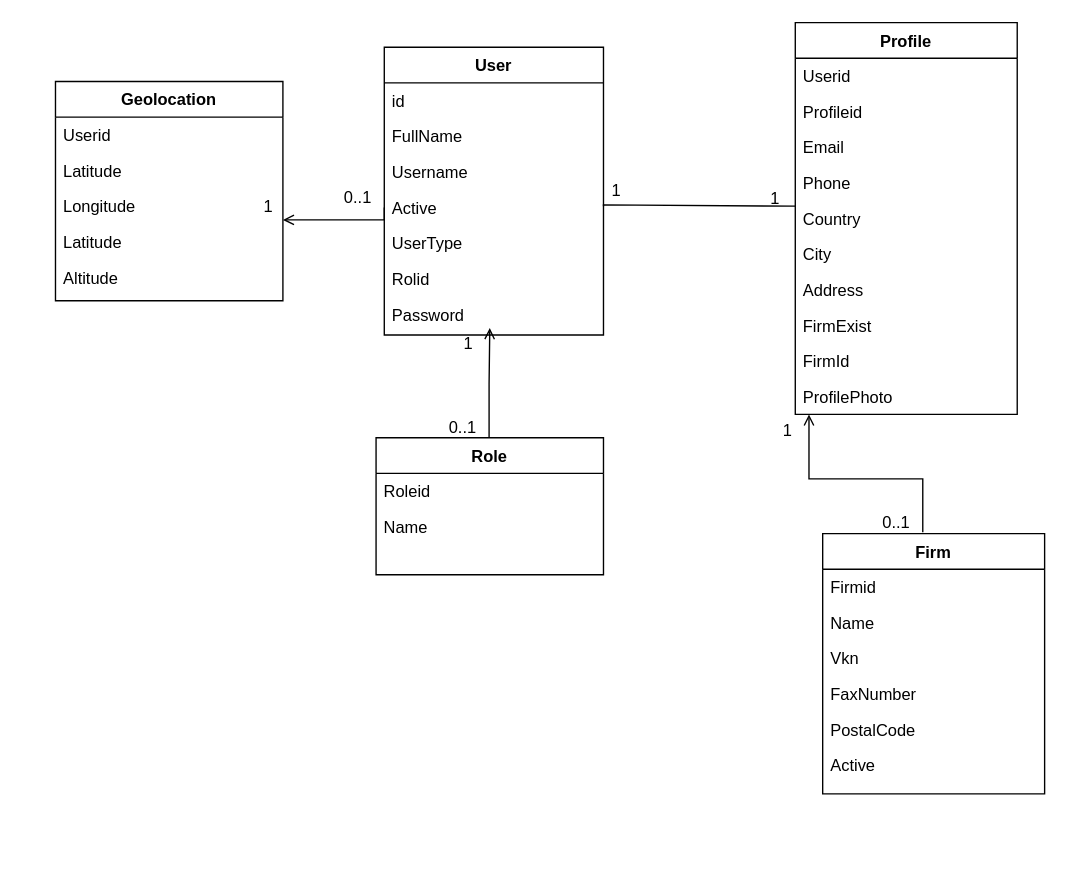
Earlier version of the draw.io diagram Database Diagram.drawio (korkmazbanu/yaverData). Source tidied: cells renumbered, new cells numbered last; positions are measured from the earlier drawing's top-left corner, leaving out a move shared by most shapes. Both pictures are drawn from the tidied source at 137%, with x=0, y=0 at pixel (55, 22).
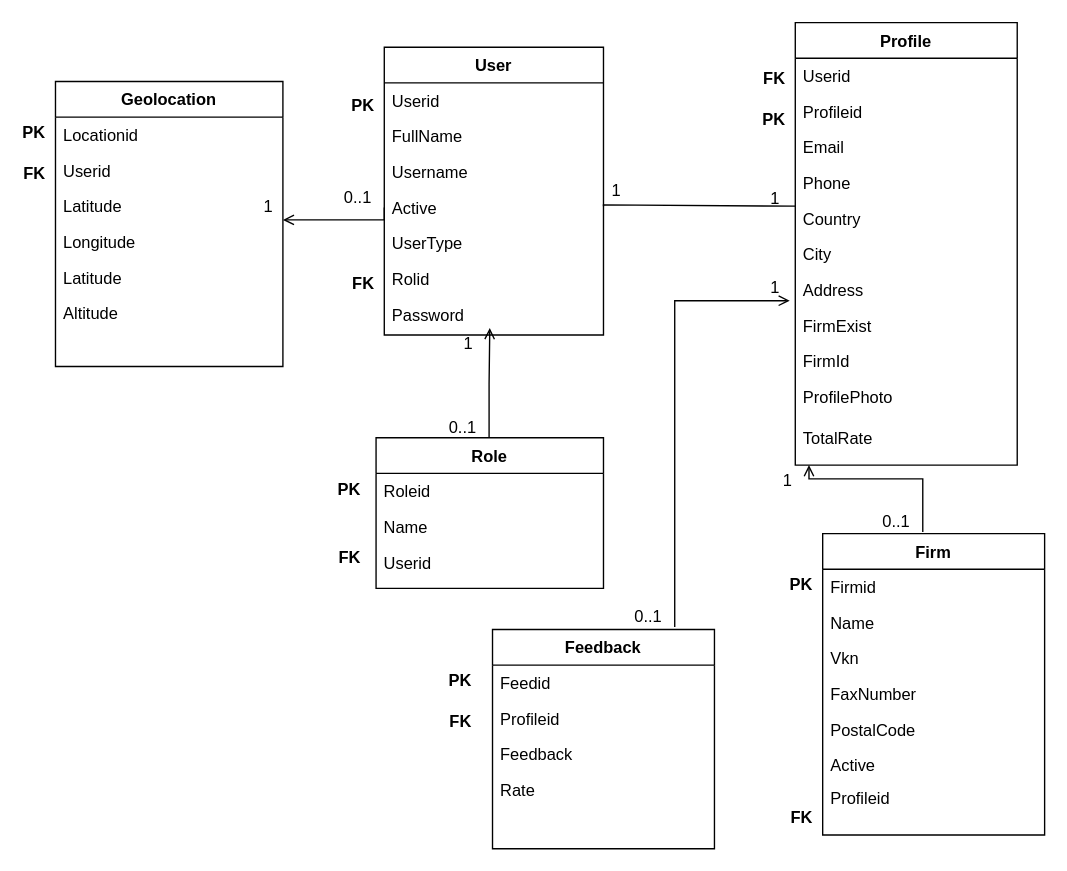
The same page after the edit.

Unchanged cells that the change refers to:
```xml
<mxCell id="2" value="User" style="swimlane;fontStyle=1;align=center;verticalAlign=top;horizontal=1;startSize=26;rounded=0;shadow=0;strokeWidth=1;" parent="1" vertex="1">
  <mxGeometry x="240" y="18" width="160" height="210" as="geometry" />
</mxCell>
<mxCell id="27" value="Address" style="text;align=left;verticalAlign=top;spacingLeft=4;spacingRight=4;overflow=hidden;points=[[0,0.5],[1,0.5]];portConstraint=eastwest;" parent="20" vertex="1">
  <mxGeometry y="182" width="162" height="26" as="geometry" />
</mxCell>
```

What changed in the source:
```diff
@@
-    <mxCell id="3" value="id" style="text;align=left;verticalAlign=top;spacingLeft=4;spacingRight=4;overflow=hidden;" parent="2" vertex="1">
+    <mxCell id="3" value="Userid" style="text;align=left;verticalAlign=top;spacingLeft=4;spacingRight=4;overflow=hidden;" parent="2" vertex="1">
       <mxGeometry y="26" width="160" height="26" as="geometry" />
     </mxCell>
@@
     <mxCell id="10" value="Firm" style="swimlane;fontStyle=1;align=center;verticalAlign=top;horizontal=1;startSize=26;rounded=0;shadow=0;strokeWidth=1;" parent="1" vertex="1">
-      <mxGeometry x="560" y="373" width="162" height="190" as="geometry" />
+      <mxGeometry x="560" y="373" width="162" height="220" as="geometry" />
     </mxCell>
@@
     <mxCell id="16" value="Active" style="text;align=left;verticalAlign=top;spacingLeft=4;spacingRight=4;overflow=hidden;rounded=0;shadow=0;html=0;" parent="10" vertex="1">
-      <mxGeometry y="156" width="162" height="26" as="geometry" />
+      <mxGeometry y="156" width="162" height="24" as="geometry" />
     </mxCell>
+    <mxCell id="49" value="Profileid" style="text;align=left;verticalAlign=top;spacingLeft=4;spacingRight=4;overflow=hidden;rounded=0;shadow=0;html=0;" parent="10" vertex="1">
+      <mxGeometry y="180" width="162" height="26" as="geometry" />
+    </mxCell>
     <mxCell id="17" value="Role" style="swimlane;fontStyle=1;align=center;verticalAlign=top;horizontal=1;startSize=26;rounded=0;shadow=0;strokeWidth=1;" parent="1" vertex="1">
-      <mxGeometry x="234" y="303" width="166" height="100" as="geometry" />
+      <mxGeometry x="234" y="303" width="166" height="110" as="geometry" />
     </mxCell>
@@
+    <mxCell id="50" value="Userid" style="text;align=left;verticalAlign=top;spacingLeft=4;spacingRight=4;overflow=hidden;" parent="17" vertex="1">
+      <mxGeometry y="78" width="166" height="26" as="geometry" />
+    </mxCell>
     <mxCell id="20" value="Profile" style="swimlane;fontStyle=1;align=center;verticalAlign=top;horizontal=1;startSize=26;rounded=0;shadow=0;strokeWidth=1;" parent="1" vertex="1">
-      <mxGeometry x="540" width="162" height="286" as="geometry" />
+      <mxGeometry x="540" width="162" height="323" as="geometry" />
     </mxCell>
@@
     <mxCell id="30" value="ProfilePhoto" style="text;align=left;verticalAlign=top;spacingLeft=4;spacingRight=4;overflow=hidden;points=[[0,0.5],[1,0.5]];portConstraint=eastwest;" parent="20" vertex="1">
-      <mxGeometry y="260" width="162" height="26" as="geometry" />
+      <mxGeometry y="260" width="162" height="30" as="geometry" />
     </mxCell>
+    <mxCell id="51" value="TotalRate" style="text;align=left;verticalAlign=top;spacingLeft=4;spacingRight=4;overflow=hidden;" parent="20" vertex="1">
+      <mxGeometry y="290" width="162" height="20" as="geometry" />
+    </mxCell>
-    <mxCell id="31" style="endArrow=open;shadow=0;strokeWidth=1;rounded=0;endFill=1;edgeStyle=elbowEdgeStyle;elbow=vertical;exitX=0.451;exitY=-0.005;exitDx=0;exitDy=0;exitPerimeter=0;" parent="1" edge="1" source="10" target="30">
+    <mxCell id="31" style="endArrow=open;shadow=0;strokeWidth=1;rounded=0;endFill=1;edgeStyle=elbowEdgeStyle;elbow=vertical;exitX=0.451;exitY=-0.005;exitDx=0;exitDy=0;exitPerimeter=0;" parent="1" edge="1" source="10">
       <mxGeometry x="0.5" y="41" relative="1" as="geometry">
+        <mxPoint x="550" y="323" as="targetPoint" />
         <Array as="points">
           <mxPoint x="550" y="333" />
         </Array>
         <mxPoint x="-40" y="32" as="offset" />
       </mxGeometry>
     </mxCell>
@@
     <mxCell id="40" value="Geolocation" style="swimlane;fontStyle=1;align=center;verticalAlign=top;horizontal=1;startSize=26;rounded=0;shadow=0;strokeWidth=1;" parent="1" vertex="1">
-      <mxGeometry y="43" width="166" height="160" as="geometry" />
+      <mxGeometry y="43" width="166" height="208" as="geometry" />
     </mxCell>
-    <mxCell id="41" value="Userid" style="text;align=left;verticalAlign=top;spacingLeft=4;spacingRight=4;overflow=hidden;" parent="40" vertex="1">
-      <mxGeometry y="26" width="166" height="26" as="geometry" />
-    </mxCell>
+    <mxCell id="52" value="Locationid" style="text;align=left;verticalAlign=top;spacingLeft=4;spacingRight=4;overflow=hidden;" parent="40" vertex="1">
+      <mxGeometry y="26" width="166" height="26" as="geometry" />
+    </mxCell>
+    <mxCell id="53" value="Userid" style="text;align=left;verticalAlign=top;spacingLeft=4;spacingRight=4;overflow=hidden;" parent="40" vertex="1">
+      <mxGeometry y="52" width="166" height="26" as="geometry" />
+    </mxCell>
     <mxCell id="42" value="Latitude" style="text;align=left;verticalAlign=top;spacingLeft=4;spacingRight=4;overflow=hidden;" parent="40" vertex="1">
-      <mxGeometry y="52" width="166" height="26" as="geometry" />
+      <mxGeometry y="78" width="166" height="26" as="geometry" />
     </mxCell>
     <mxCell id="43" value="Longitude" style="text;align=left;verticalAlign=top;spacingLeft=4;spacingRight=4;overflow=hidden;" parent="40" vertex="1">
-      <mxGeometry y="78" width="166" height="26" as="geometry" />
+      <mxGeometry y="104" width="166" height="26" as="geometry" />
     </mxCell>
     <mxCell id="44" value="Latitude" style="text;align=left;verticalAlign=top;spacingLeft=4;spacingRight=4;overflow=hidden;" parent="40" vertex="1">
-      <mxGeometry y="104" width="166" height="26" as="geometry" />
+      <mxGeometry y="130" width="166" height="26" as="geometry" />
     </mxCell>
     <mxCell id="45" value="Altitude" style="text;align=left;verticalAlign=top;spacingLeft=4;spacingRight=4;overflow=hidden;" parent="40" vertex="1">
-      <mxGeometry y="130" width="166" height="26" as="geometry" />
+      <mxGeometry y="156" width="166" height="26" as="geometry" />
     </mxCell>
@@
+    <mxCell id="54" value="Feedback" style="swimlane;fontStyle=1;align=center;verticalAlign=top;horizontal=1;startSize=26;rounded=0;shadow=0;strokeWidth=1;" parent="1" vertex="1">
+      <mxGeometry x="319" y="443" width="162" height="160" as="geometry" />
+    </mxCell>
+    <mxCell id="55" value="Feedid" style="text;align=left;verticalAlign=top;spacingLeft=4;spacingRight=4;overflow=hidden;" parent="54" vertex="1">
+      <mxGeometry y="26" width="162" height="26" as="geometry" />
+    </mxCell>
+    <mxCell id="56" value="Profileid" style="text;align=left;verticalAlign=top;spacingLeft=4;spacingRight=4;overflow=hidden;rounded=0;shadow=0;html=0;" parent="54" vertex="1">
+      <mxGeometry y="52" width="162" height="26" as="geometry" />
+    </mxCell>
+    <mxCell id="57" value="Feedback" style="text;align=left;verticalAlign=top;spacingLeft=4;spacingRight=4;overflow=hidden;rounded=0;shadow=0;html=0;" parent="54" vertex="1">
+      <mxGeometry y="78" width="162" height="26" as="geometry" />
+    </mxCell>
+    <mxCell id="58" value="Rate" style="text;align=left;verticalAlign=top;spacingLeft=4;spacingRight=4;overflow=hidden;rounded=0;shadow=0;html=0;" parent="54" vertex="1">
+      <mxGeometry y="104" width="162" height="26" as="geometry" />
+    </mxCell>
+    <mxCell id="59" value="PK" style="align=right;verticalAlign=bottom;labelBackgroundColor=none;fontSize=12;fontStyle=1;" parent="1" vertex="1">
+      <mxGeometry x="170" y="153" as="geometry">
+        <mxPoint x="-176" y="-64" as="offset" />
+      </mxGeometry>
+    </mxCell>
+    <mxCell id="60" value="PK" style="align=right;verticalAlign=bottom;labelBackgroundColor=none;fontSize=12;fontStyle=1;" parent="1" vertex="1">
+      <mxGeometry x="410" y="133" as="geometry">
+        <mxPoint x="-176" y="-64" as="offset" />
+      </mxGeometry>
+    </mxCell>
+    <mxCell id="61" value="PK" style="align=right;verticalAlign=bottom;labelBackgroundColor=none;fontSize=12;fontStyle=1;" parent="1" vertex="1">
+      <mxGeometry x="710" y="143" as="geometry">
+        <mxPoint x="-176" y="-64" as="offset" />
+      </mxGeometry>
+    </mxCell>
+    <mxCell id="62" value="PK" style="align=right;verticalAlign=bottom;labelBackgroundColor=none;fontSize=12;fontStyle=1;" parent="1" vertex="1">
+      <mxGeometry x="730" y="483" as="geometry">
+        <mxPoint x="-176" y="-64" as="offset" />
+      </mxGeometry>
+    </mxCell>
+    <mxCell id="63" value="PK" style="align=right;verticalAlign=bottom;labelBackgroundColor=none;fontSize=12;fontStyle=1;" parent="1" vertex="1">
+      <mxGeometry x="400" y="413" as="geometry">
+        <mxPoint x="-176" y="-64" as="offset" />
+      </mxGeometry>
+    </mxCell>
+    <mxCell id="64" value="PK" style="align=right;verticalAlign=bottom;labelBackgroundColor=none;fontSize=12;fontStyle=1;" parent="1" vertex="1">
+      <mxGeometry x="481" y="553" as="geometry">
+        <mxPoint x="-176" y="-64" as="offset" />
+      </mxGeometry>
+    </mxCell>
+    <mxCell id="65" value="FK" style="align=right;verticalAlign=bottom;labelBackgroundColor=none;fontSize=12;fontStyle=1;" parent="1" vertex="1">
+      <mxGeometry x="710" y="113" as="geometry">
+        <mxPoint x="-176" y="-64" as="offset" />
+      </mxGeometry>
+    </mxCell>
+    <mxCell id="66" value="FK" style="align=right;verticalAlign=bottom;labelBackgroundColor=none;fontSize=12;fontStyle=1;" parent="1" vertex="1">
+      <mxGeometry x="410" y="263" as="geometry">
+        <mxPoint x="-176" y="-64" as="offset" />
+      </mxGeometry>
+    </mxCell>
+    <mxCell id="67" value="FK" style="align=right;verticalAlign=bottom;labelBackgroundColor=none;fontSize=12;fontStyle=1;" parent="1" vertex="1">
+      <mxGeometry x="481" y="583" as="geometry">
+        <mxPoint x="-176" y="-64" as="offset" />
+      </mxGeometry>
+    </mxCell>
+    <mxCell id="68" value="FK" style="align=right;verticalAlign=bottom;labelBackgroundColor=none;fontSize=12;fontStyle=1;" parent="1" vertex="1">
+      <mxGeometry x="730" y="653" as="geometry">
+        <mxPoint x="-176" y="-64" as="offset" />
+      </mxGeometry>
+    </mxCell>
+    <mxCell id="69" value="FK" style="align=right;verticalAlign=bottom;labelBackgroundColor=none;fontSize=12;fontStyle=1;" parent="1" vertex="1">
+      <mxGeometry x="170" y="183" as="geometry">
+        <mxPoint x="-176" y="-64" as="offset" />
+      </mxGeometry>
+    </mxCell>
+    <mxCell id="70" value="FK" style="align=right;verticalAlign=bottom;labelBackgroundColor=none;fontSize=12;fontStyle=1;" parent="1" vertex="1">
+      <mxGeometry x="400" y="463" as="geometry">
+        <mxPoint x="-176" y="-64" as="offset" />
+      </mxGeometry>
+    </mxCell>
+    <mxCell id="71" style="endArrow=open;shadow=0;strokeWidth=1;rounded=0;endFill=1;edgeStyle=elbowEdgeStyle;elbow=vertical;exitX=0.821;exitY=-0.012;exitDx=0;exitDy=0;exitPerimeter=0;entryX=-0.025;entryY=0.808;entryDx=0;entryDy=0;entryPerimeter=0;" parent="1" edge="1" source="54" target="27">
+      <mxGeometry x="0.5" y="41" relative="1" as="geometry">
+        <Array as="points">
+          <mxPoint x="452" y="203" />
+          <mxPoint x="480" y="203" />
+          <mxPoint x="490" y="233" />
+        </Array>
+        <mxPoint x="-40" y="32" as="offset" />
+      </mxGeometry>
+    </mxCell>
+    <mxCell id="72" value="0..1" style="align=left;verticalAlign=bottom;labelBackgroundColor=none;fontSize=12;" parent="71" vertex="1">
+      <mxGeometry x="-1" relative="1" as="geometry">
+        <mxPoint x="-31" y="1" as="offset" />
+      </mxGeometry>
+    </mxCell>
+    <mxCell id="73" value="1" style="align=right;verticalAlign=bottom;labelBackgroundColor=none;fontSize=12;" parent="71" vertex="1">
+      <mxGeometry x="1" relative="1" as="geometry">
+        <mxPoint x="-6" y="-1" as="offset" />
+      </mxGeometry>
+    </mxCell>
```
